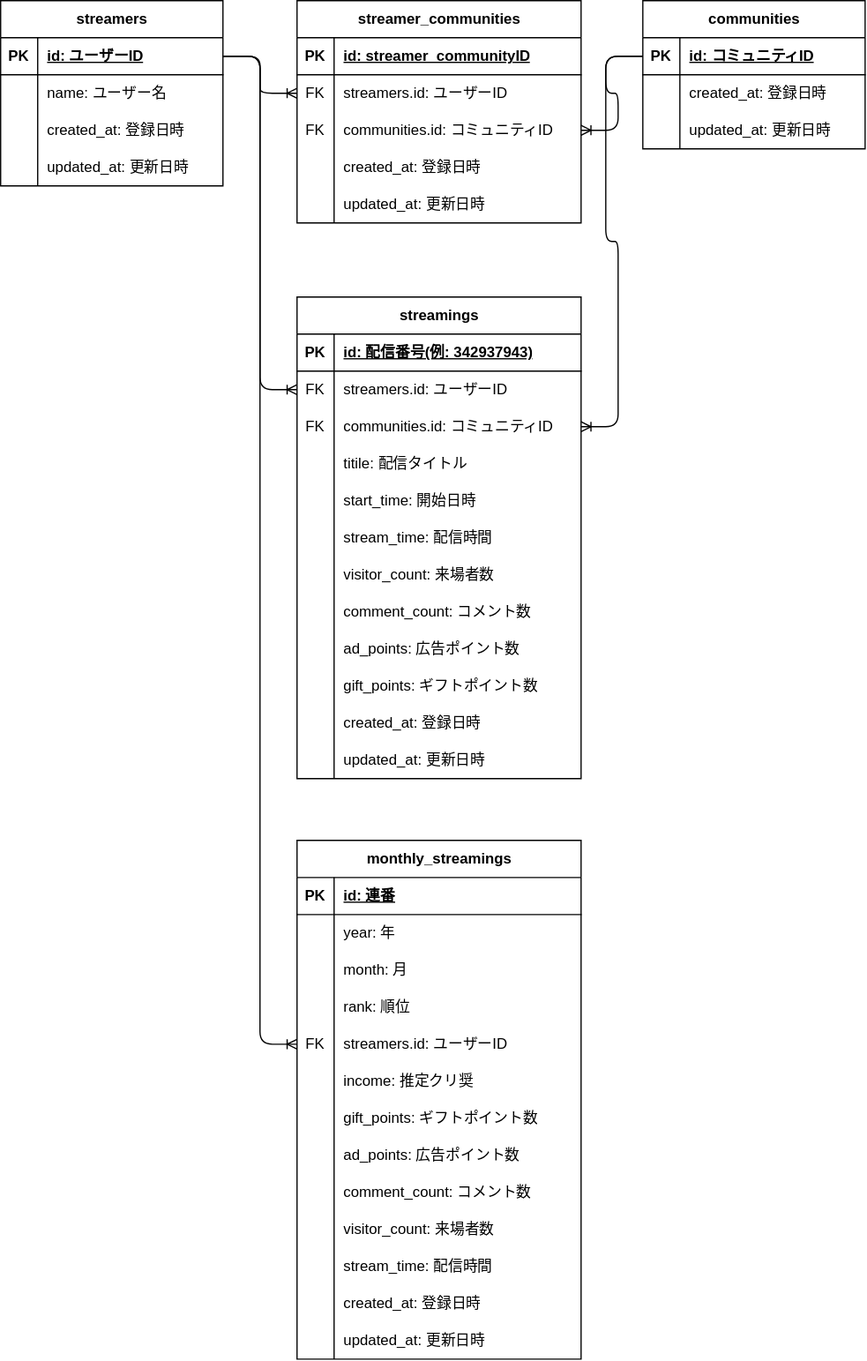
The draw.io diagram ER図.drawio.svg in MASA20201203/NicodbLaravel, before a commit. Source tidied: cells renumbered, new cells last; positions are measured from the earlier drawing's top-left corner, leaving out a move shared by most shapes.
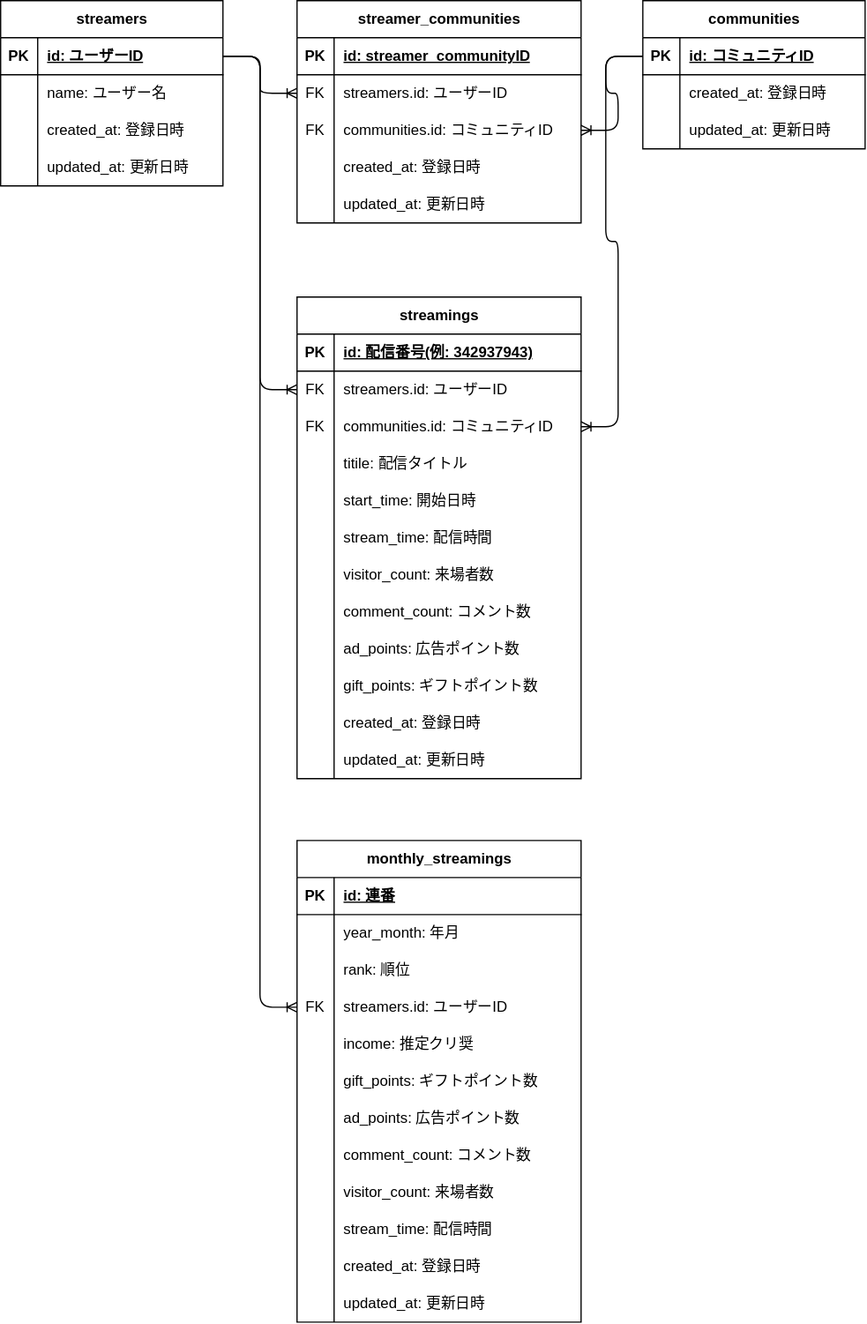
After the change.

Commit message:
年月列に修正

The edit, as a diff of the source:
```diff
@@ -248,7 +248,7 @@
       </mxGeometry>
     </mxCell>
     <mxCell id="82" value="monthly_streamings" style="shape=table;startSize=30;rowLines=0;fontStyle=1;align=center;html=1;" parent="1" vertex="1">
-      <mxGeometry x="240" y="680" width="230" height="420" as="geometry" />
+      <mxGeometry x="240" y="680" width="230" height="390" as="geometry" />
     </mxCell>
     <mxCell id="83" style="shape=tableRow;horizontal=0;startSize=0;swimlaneHead=0;swimlaneBody=0;fillColor=none;top=0;left=0;right=0;bottom=1;" parent="82" vertex="1">
       <mxGeometry y="30" width="230" height="30" as="geometry" />
@@ -265,20 +265,11 @@
     <mxCell id="87" style="shape=partialRectangle;fillColor=none;top=0;left=0;bottom=0;right=0;overflow=hidden;whiteSpace=wrap;html=1;" parent="86" vertex="1">
       <mxGeometry width="30" height="30" as="geometry" />
     </mxCell>
-    <mxCell id="88" value="year: 年" style="shape=partialRectangle;fillColor=none;top=0;left=0;bottom=0;right=0;align=left;spacingLeft=6;overflow=hidden;whiteSpace=wrap;html=1;" parent="86" vertex="1">
+    <mxCell id="88" value="year_month: 年月" style="shape=partialRectangle;fillColor=none;top=0;left=0;bottom=0;right=0;align=left;spacingLeft=6;overflow=hidden;whiteSpace=wrap;html=1;" parent="86" vertex="1">
       <mxGeometry x="30" width="200" height="30" as="geometry" />
     </mxCell>
-    <mxCell id="89" style="shape=tableRow;horizontal=0;startSize=0;swimlaneHead=0;swimlaneBody=0;fillColor=none;top=0;left=0;right=0;bottom=0;" parent="82" vertex="1">
-      <mxGeometry y="90" width="230" height="30" as="geometry" />
-    </mxCell>
-    <mxCell id="90" style="shape=partialRectangle;fillColor=none;top=0;left=0;bottom=0;right=0;overflow=hidden;whiteSpace=wrap;html=1;" parent="89" vertex="1">
-      <mxGeometry width="30" height="30" as="geometry" />
-    </mxCell>
-    <mxCell id="91" value="month: 月" style="shape=partialRectangle;fillColor=none;top=0;left=0;bottom=0;right=0;align=left;spacingLeft=6;overflow=hidden;whiteSpace=wrap;html=1;" parent="89" vertex="1">
-      <mxGeometry x="30" width="200" height="30" as="geometry" />
-    </mxCell>
     <mxCell id="92" style="shape=tableRow;horizontal=0;startSize=0;swimlaneHead=0;swimlaneBody=0;fillColor=none;top=0;left=0;right=0;bottom=0;" parent="82" vertex="1">
-      <mxGeometry y="120" width="230" height="30" as="geometry" />
+      <mxGeometry y="90" width="230" height="30" as="geometry" />
     </mxCell>
     <mxCell id="93" style="shape=partialRectangle;fillColor=none;top=0;left=0;bottom=0;right=0;overflow=hidden;whiteSpace=wrap;html=1;" parent="92" vertex="1">
       <mxGeometry width="30" height="30" as="geometry" />
@@ -287,7 +278,7 @@
       <mxGeometry x="30" width="200" height="30" as="geometry" />
     </mxCell>
     <mxCell id="95" style="shape=tableRow;horizontal=0;startSize=0;swimlaneHead=0;swimlaneBody=0;fillColor=none;points=[[0,0.5],[1,0.5]];portConstraint=eastwest;top=0;left=0;right=0;bottom=0;" parent="82" vertex="1">
-      <mxGeometry y="150" width="230" height="30" as="geometry" />
+      <mxGeometry y="120" width="230" height="30" as="geometry" />
     </mxCell>
     <mxCell id="96" value="FK" style="shape=partialRectangle;fillColor=none;top=0;left=0;bottom=0;right=0;overflow=hidden;whiteSpace=wrap;html=1;" parent="95" vertex="1">
       <mxGeometry width="30" height="30" as="geometry" />
@@ -296,7 +287,7 @@
       <mxGeometry x="30" width="200" height="30" as="geometry" />
     </mxCell>
     <mxCell id="98" style="shape=tableRow;horizontal=0;startSize=0;swimlaneHead=0;swimlaneBody=0;fillColor=none;top=0;left=0;right=0;bottom=0;" parent="82" vertex="1">
-      <mxGeometry y="180" width="230" height="30" as="geometry" />
+      <mxGeometry y="150" width="230" height="30" as="geometry" />
     </mxCell>
     <mxCell id="99" style="shape=partialRectangle;fillColor=none;top=0;left=0;bottom=0;right=0;overflow=hidden;whiteSpace=wrap;html=1;" parent="98" vertex="1">
       <mxGeometry width="30" height="30" as="geometry" />
@@ -305,7 +296,7 @@
       <mxGeometry x="30" width="200" height="30" as="geometry" />
     </mxCell>
     <mxCell id="101" style="shape=tableRow;horizontal=0;startSize=0;swimlaneHead=0;swimlaneBody=0;fillColor=none;top=0;left=0;right=0;bottom=0;" parent="82" vertex="1">
-      <mxGeometry y="210" width="230" height="30" as="geometry" />
+      <mxGeometry y="180" width="230" height="30" as="geometry" />
     </mxCell>
     <mxCell id="102" style="shape=partialRectangle;fillColor=none;top=0;left=0;bottom=0;right=0;overflow=hidden;whiteSpace=wrap;html=1;" parent="101" vertex="1">
       <mxGeometry width="30" height="30" as="geometry" />
@@ -314,7 +305,7 @@
       <mxGeometry x="30" width="200" height="30" as="geometry" />
     </mxCell>
     <mxCell id="104" style="shape=tableRow;horizontal=0;startSize=0;swimlaneHead=0;swimlaneBody=0;fillColor=none;top=0;left=0;right=0;bottom=0;" parent="82" vertex="1">
-      <mxGeometry y="240" width="230" height="30" as="geometry" />
+      <mxGeometry y="210" width="230" height="30" as="geometry" />
     </mxCell>
     <mxCell id="105" style="shape=partialRectangle;fillColor=none;top=0;left=0;bottom=0;right=0;overflow=hidden;whiteSpace=wrap;html=1;" parent="104" vertex="1">
       <mxGeometry width="30" height="30" as="geometry" />
@@ -323,7 +314,7 @@
       <mxGeometry x="30" width="200" height="30" as="geometry" />
     </mxCell>
     <mxCell id="107" style="shape=tableRow;horizontal=0;startSize=0;swimlaneHead=0;swimlaneBody=0;fillColor=none;top=0;left=0;right=0;bottom=0;" parent="82" vertex="1">
-      <mxGeometry y="270" width="230" height="30" as="geometry" />
+      <mxGeometry y="240" width="230" height="30" as="geometry" />
     </mxCell>
     <mxCell id="108" style="shape=partialRectangle;fillColor=none;top=0;left=0;bottom=0;right=0;overflow=hidden;whiteSpace=wrap;html=1;" parent="107" vertex="1">
       <mxGeometry width="30" height="30" as="geometry" />
@@ -332,7 +323,7 @@
       <mxGeometry x="30" width="200" height="30" as="geometry" />
     </mxCell>
     <mxCell id="110" style="shape=tableRow;horizontal=0;startSize=0;swimlaneHead=0;swimlaneBody=0;fillColor=none;top=0;left=0;right=0;bottom=0;" parent="82" vertex="1">
-      <mxGeometry y="300" width="230" height="30" as="geometry" />
+      <mxGeometry y="270" width="230" height="30" as="geometry" />
     </mxCell>
     <mxCell id="111" style="shape=partialRectangle;fillColor=none;top=0;left=0;bottom=0;right=0;overflow=hidden;whiteSpace=wrap;html=1;" parent="110" vertex="1">
       <mxGeometry width="30" height="30" as="geometry" />
@@ -341,7 +332,7 @@
       <mxGeometry x="30" width="200" height="30" as="geometry" />
     </mxCell>
     <mxCell id="113" style="shape=tableRow;horizontal=0;startSize=0;swimlaneHead=0;swimlaneBody=0;fillColor=none;top=0;left=0;right=0;bottom=0;" parent="82" vertex="1">
-      <mxGeometry y="330" width="230" height="30" as="geometry" />
+      <mxGeometry y="300" width="230" height="30" as="geometry" />
     </mxCell>
     <mxCell id="114" style="shape=partialRectangle;fillColor=none;top=0;left=0;bottom=0;right=0;overflow=hidden;whiteSpace=wrap;html=1;" parent="113" vertex="1">
       <mxGeometry width="30" height="30" as="geometry" />
@@ -350,7 +341,7 @@
       <mxGeometry x="30" width="200" height="30" as="geometry" />
     </mxCell>
     <mxCell id="116" style="shape=tableRow;horizontal=0;startSize=0;swimlaneHead=0;swimlaneBody=0;fillColor=none;top=0;left=0;right=0;bottom=0;" parent="82" vertex="1">
-      <mxGeometry y="360" width="230" height="30" as="geometry" />
+      <mxGeometry y="330" width="230" height="30" as="geometry" />
     </mxCell>
     <mxCell id="117" style="shape=partialRectangle;fillColor=none;top=0;left=0;bottom=0;right=0;overflow=hidden;whiteSpace=wrap;html=1;" parent="116" vertex="1">
       <mxGeometry width="30" height="30" as="geometry" />
@@ -359,7 +350,7 @@
       <mxGeometry x="30" width="200" height="30" as="geometry" />
     </mxCell>
     <mxCell id="119" style="shape=tableRow;horizontal=0;startSize=0;swimlaneHead=0;swimlaneBody=0;fillColor=none;top=0;left=0;right=0;bottom=0;" parent="82" vertex="1">
-      <mxGeometry y="390" width="230" height="30" as="geometry" />
+      <mxGeometry y="360" width="230" height="30" as="geometry" />
     </mxCell>
     <mxCell id="120" style="shape=partialRectangle;fillColor=none;top=0;left=0;bottom=0;right=0;overflow=hidden;whiteSpace=wrap;html=1;" parent="119" vertex="1">
       <mxGeometry width="30" height="30" as="geometry" />
```
